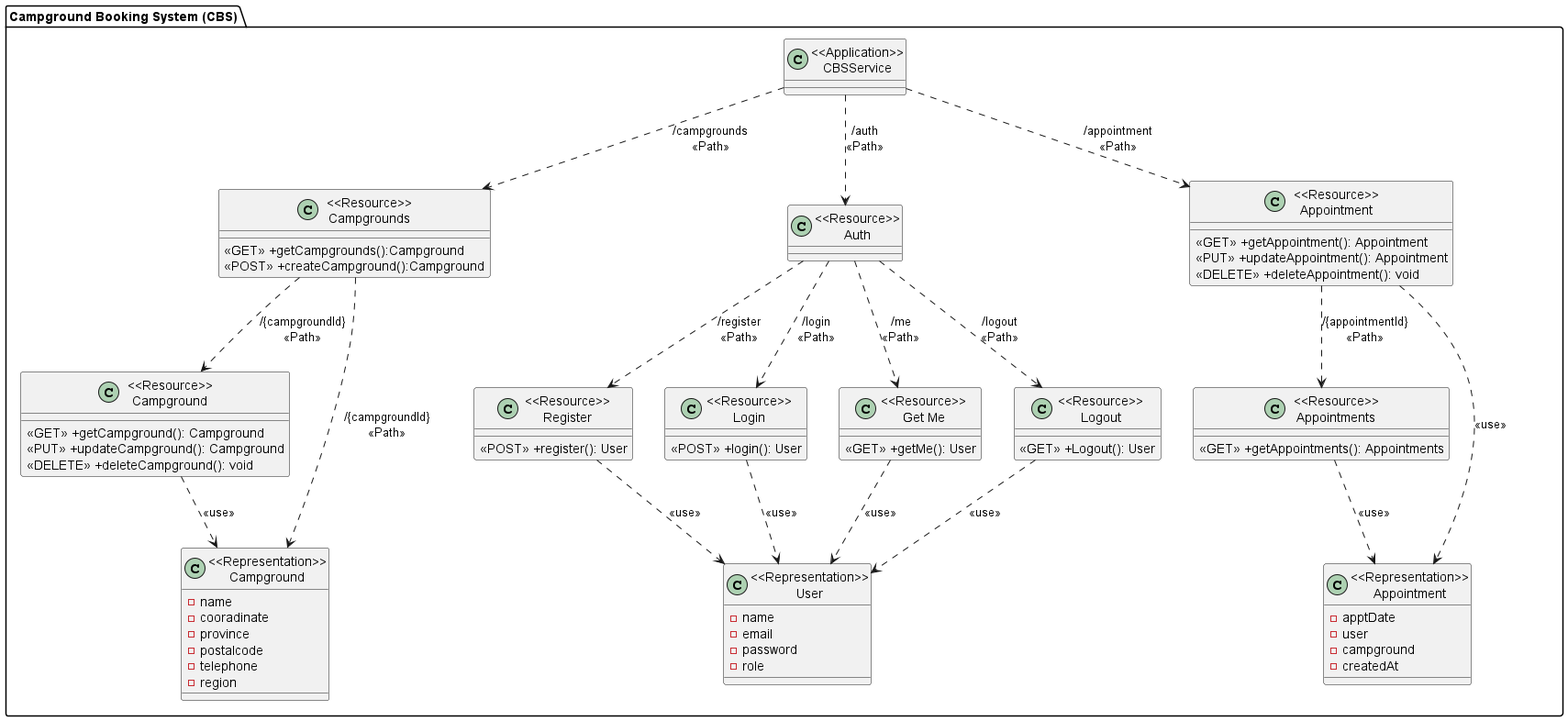
Before: diagram/Class diagram/CampgroundClass.png, a diagram exported from PlantUML (FaiiFaiipuipui/CEDT_Y1T2_backend-campgroundbooking).
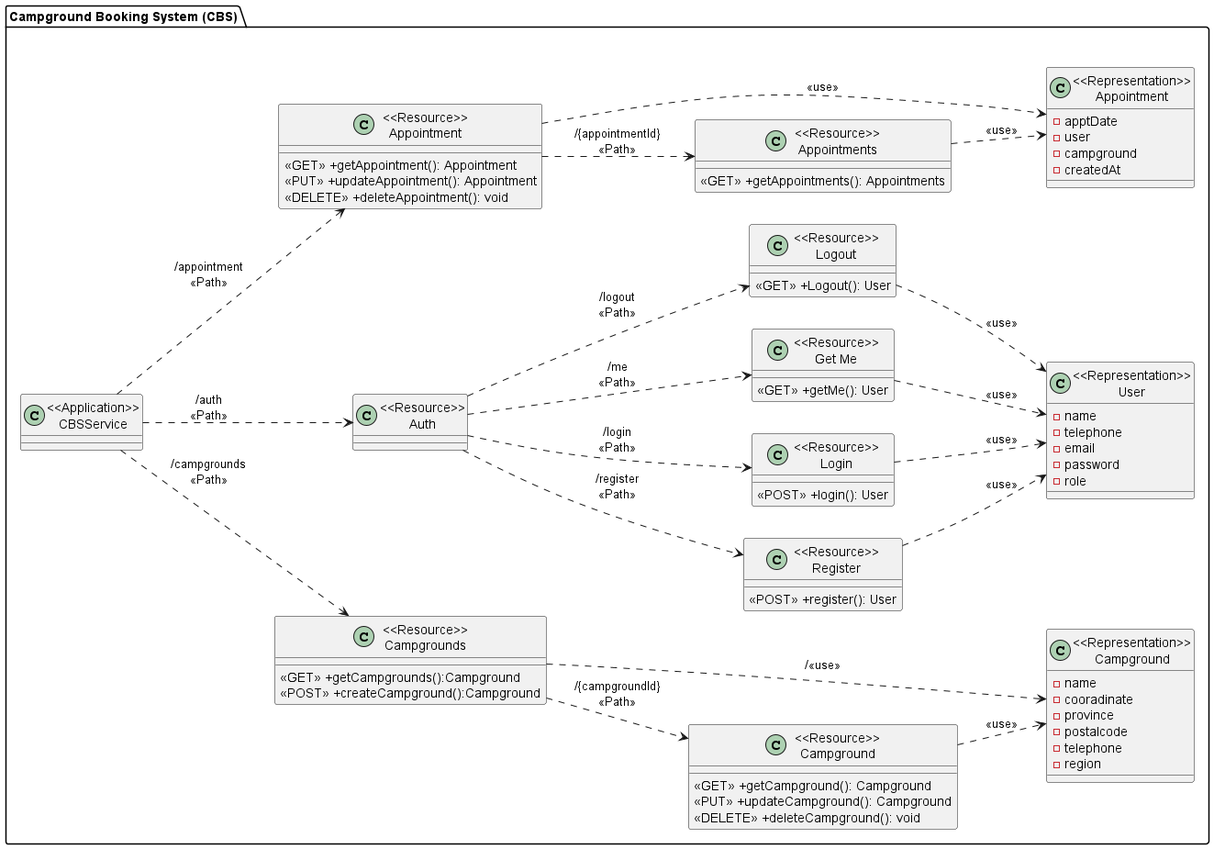
After the commit.

Commit message:
Add telephone number to representation User

Diff of the diagram source:
```diff
@@ -1,5 +1,5 @@
 @startuml
-
+left to right direction
 package "Campground Booking System (CBS)"{
     class "<<Application>>\nCBSService" as CBSService{}
 
@@ -44,6 +44,7 @@
 
     class "<<Representation>>\nUser" as RepresentationUser {
         -name
+        -telephone
         -email
         -password
         -role
@@ -69,7 +70,7 @@
 
 CBSService ..> ResourceCampgrounds:"/campgrounds\n<<Path>>"
 ResourceCampgrounds ..> ResourceCampground: "/{campgroundId}\n<<Path>>"
-ResourceCampgrounds ..> RepresentationCampground: "/{campgroundId}\n<<Path>>"
+ResourceCampgrounds ..> RepresentationCampground: "/<<use>>"
 ResourceCampground ..> RepresentationCampground: "<<use>>"
 
 CBSService ..> ResourceAuth:"/auth\n<<Path>>"
```
